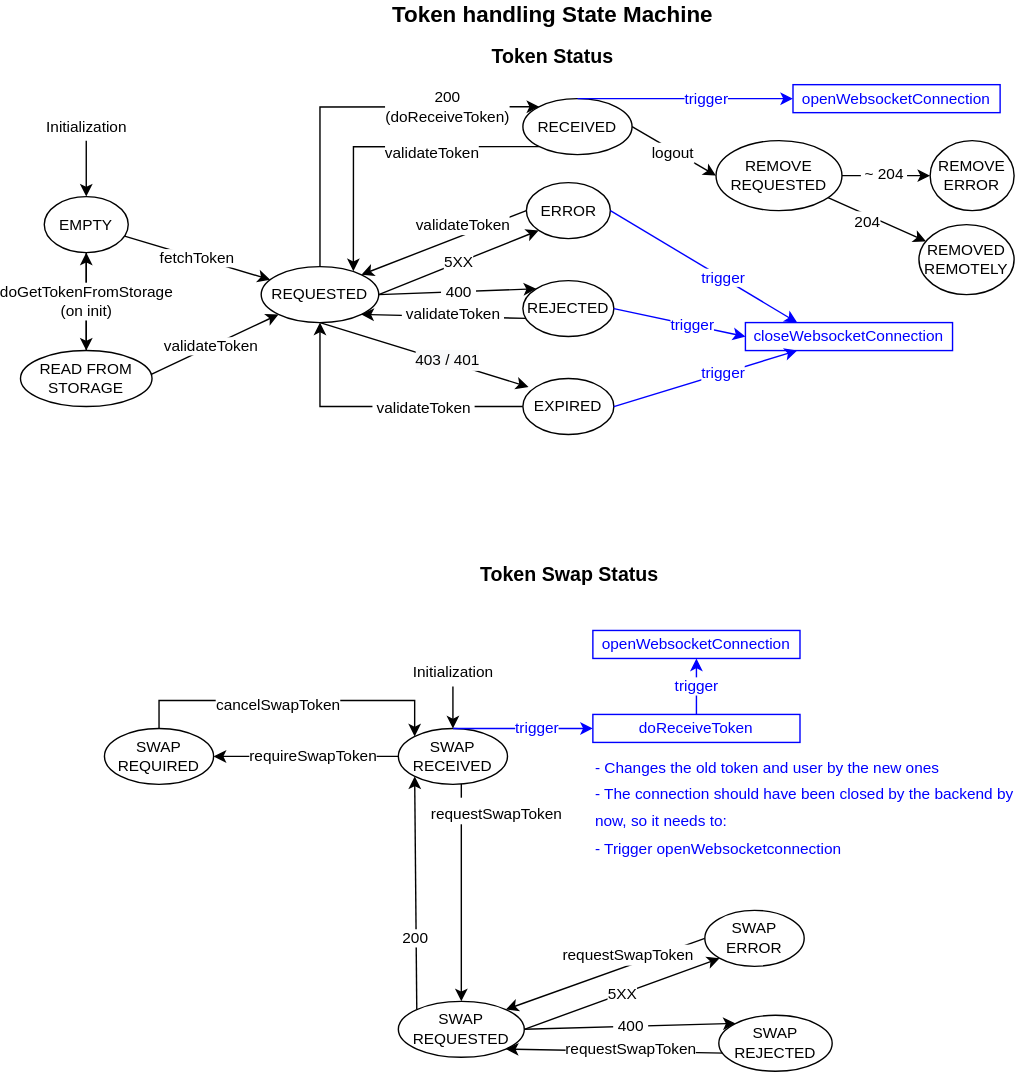
lsst-ts/LOVE-frontend keeps this draw.io diagram as love/docsrc/assets/redux-auth.svg. Above is the earlier version. Source tidied: cells renumbered, new cells last; positions are measured from the earlier drawing's top-left corner, leaving out a move shared by most shapes.
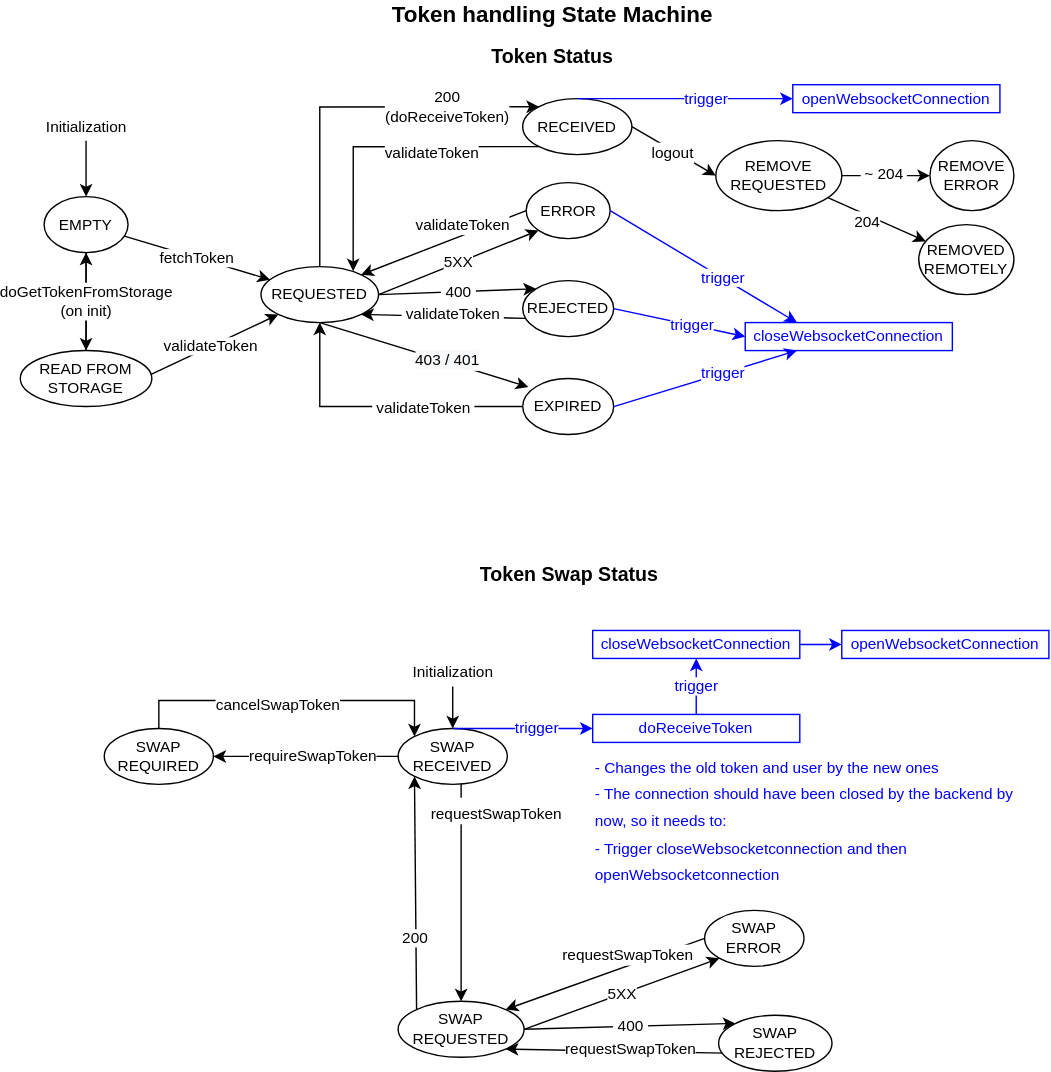
The same file after the commit.

Change to the diagram source:
```diff
@@ -217,10 +217,13 @@
     <mxCell id="63" value="&lt;font color=&quot;#0000ff&quot;&gt;trigger&lt;/font&gt;" style="rounded=0;jettySize=auto;html=1;exitX=0.5;exitY=0;exitDx=0;exitDy=0;fontSize=11;strokeColor=#0000FF;" parent="1" edge="1" source="59" target="64">
       <mxGeometry relative="1" as="geometry" />
     </mxCell>
+    <mxCell id="69" style="edgeStyle=orthogonalEdgeStyle;rounded=0;jettySize=auto;html=1;exitX=1;exitY=0.5;exitDx=0;exitDy=0;entryX=0;entryY=0.5;entryDx=0;entryDy=0;strokeColor=#0000FF;" parent="1" edge="1" source="64" target="70">
+      <mxGeometry relative="1" as="geometry" />
+    </mxCell>
-    <mxCell id="64" value="&lt;span style=&quot;white-space: nowrap ; background-color: rgb(255 , 255 , 255)&quot;&gt;&lt;font color=&quot;#0000ff&quot;&gt;openWebsocketConnection&lt;/font&gt;&lt;/span&gt;" style="rounded=0;whiteSpace=wrap;html=1;fontSize=11;strokeColor=#0000FF;" parent="1" vertex="1">
+    <mxCell id="64" value="&lt;span style=&quot;white-space: nowrap ; background-color: rgb(255 , 255 , 255)&quot;&gt;&lt;font color=&quot;#0000ff&quot;&gt;closeWebsocketConnection&lt;/font&gt;&lt;/span&gt;" style="rounded=0;whiteSpace=wrap;html=1;fontSize=11;strokeColor=#0000FF;" parent="1" vertex="1">
       <mxGeometry x="409" y="450" width="148" height="20" as="geometry" />
     </mxCell>
-    <mxCell id="65" value="&lt;span style=&quot;color: rgb(0 , 0 , 255) ; font-family: &amp;#34;helvetica&amp;#34; ; font-size: 11px ; font-style: normal ; font-weight: 400 ; letter-spacing: normal ; text-align: center ; text-indent: 0px ; text-transform: none ; word-spacing: 0px ; background-color: rgb(255 , 255 , 255) ; float: none ; display: inline&quot;&gt;- Changes the old token and user by the new ones&lt;br&gt;- The connection should have been closed by the backend by now, so it needs to:&lt;br&gt;- Trigger openWebsocketconnection&lt;br&gt;&lt;/span&gt;" style="text;whiteSpace=wrap;html=1;fontSize=16;" parent="1" vertex="1">
+    <mxCell id="65" value="&lt;span style=&quot;color: rgb(0 , 0 , 255) ; font-family: &amp;#34;helvetica&amp;#34; ; font-size: 11px ; font-style: normal ; font-weight: 400 ; letter-spacing: normal ; text-align: center ; text-indent: 0px ; text-transform: none ; word-spacing: 0px ; background-color: rgb(255 , 255 , 255) ; float: none ; display: inline&quot;&gt;- Changes the old token and user by the new ones&lt;br&gt;- The connection should have been closed by the backend by now, so it needs to:&lt;br&gt;- Trigger closeWebsocketconnection and then&lt;br&gt;openWebsocketconnection&lt;br&gt;&lt;/span&gt;" style="text;whiteSpace=wrap;html=1;fontSize=16;" parent="1" vertex="1">
       <mxGeometry x="409" y="530" width="310" height="110" as="geometry" />
     </mxCell>
     <mxCell id="66" style="edgeStyle=orthogonalEdgeStyle;rounded=0;jettySize=auto;html=1;exitX=0.5;exitY=0;exitDx=0;exitDy=0;entryX=0;entryY=0;entryDx=0;entryDy=0;fontSize=16;" parent="1" edge="1" source="68" target="51">
@@ -237,5 +240,8 @@
     <mxCell id="68" value="&lt;font color=&quot;#000000&quot;&gt;SWAP REQUIRED&lt;/font&gt;" style="ellipse;whiteSpace=wrap;html=1;strokeColor=#000000;fontSize=11;fontColor=#0000FF;" parent="1" vertex="1">
       <mxGeometry x="60" y="520" width="78" height="40" as="geometry" />
     </mxCell>
+    <mxCell id="70" value="&lt;span style=&quot;white-space: nowrap ; background-color: rgb(255 , 255 , 255)&quot;&gt;&lt;font color=&quot;#0000ff&quot;&gt;openWebsocketConnection&lt;/font&gt;&lt;/span&gt;" style="rounded=0;whiteSpace=wrap;html=1;fontSize=11;strokeColor=#0000FF;" parent="1" vertex="1">
+      <mxGeometry x="587" y="450" width="148" height="20" as="geometry" />
+    </mxCell>
   </root>
 </mxGraphModel>
```
